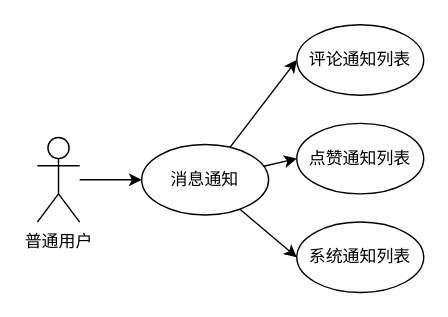
The draw.io diagram page "第 5 页" (5 of 12) of a.dio in z-juln/it-community, before the edit. Source tidied: cells renumbered, new cells numbered last; positions are measured from the earlier drawing's top-left corner, leaving out a move shared by most shapes. Both pictures are drawn from the tidied source at 141%, with x=0, y=0 at pixel (37, 24).
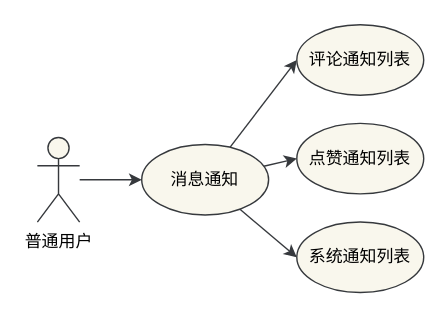
The same page after the edit.

The edit, as a diff of the source:
```diff
@@
-<mxGraphModel>
+<mxGraphModel background="#FFFFFF">
   <root>
     <mxCell id="0" />
     <mxCell id="1" parent="0" />
-    <mxCell id="2" style="edgeStyle=none;html=1;entryX=0;entryY=0.5;entryDx=0;entryDy=0;fontSize=10;" parent="1" edge="1" source="3" target="7">
+    <mxCell id="2" style="edgeStyle=none;html=1;entryX=0;entryY=0.5;entryDx=0;entryDy=0;fontSize=10;fillColor=#f9f7ed;strokeColor=#36393d;fontColor=#000000;" parent="1" edge="1" source="3" target="7">
       <mxGeometry relative="1" as="geometry" />
     </mxCell>
-    <mxCell id="3" value="普通用户" style="shape=umlActor;verticalLabelPosition=bottom;verticalAlign=top;html=1;outlineConnect=0;" parent="1" vertex="1">
+    <mxCell id="3" value="普通用户" style="shape=umlActor;verticalLabelPosition=bottom;verticalAlign=top;html=1;outlineConnect=0;fillColor=#f9f7ed;strokeColor=#36393d;fontColor=#000000;" parent="1" vertex="1">
       <mxGeometry y="80" width="30" height="60" as="geometry" />
     </mxCell>
-    <mxCell id="4" style="edgeStyle=none;html=1;entryX=0;entryY=0.5;entryDx=0;entryDy=0;fontSize=10;" parent="1" edge="1" source="7" target="10">
+    <mxCell id="4" style="edgeStyle=none;html=1;entryX=0;entryY=0.5;entryDx=0;entryDy=0;fontSize=10;fillColor=#f9f7ed;strokeColor=#36393d;fontColor=#000000;" parent="1" edge="1" source="7" target="10">
       <mxGeometry relative="1" as="geometry" />
     </mxCell>
-    <mxCell id="5" style="edgeStyle=none;html=1;entryX=0;entryY=0.5;entryDx=0;entryDy=0;fontSize=10;" parent="1" edge="1" source="7" target="9">
+    <mxCell id="5" style="edgeStyle=none;html=1;entryX=0;entryY=0.5;entryDx=0;entryDy=0;fontSize=10;fillColor=#f9f7ed;strokeColor=#36393d;fontColor=#000000;" parent="1" edge="1" source="7" target="9">
       <mxGeometry relative="1" as="geometry" />
     </mxCell>
-    <mxCell id="6" style="edgeStyle=none;html=1;entryX=0;entryY=0.5;entryDx=0;entryDy=0;fontSize=10;" parent="1" edge="1" source="7" target="8">
+    <mxCell id="6" style="edgeStyle=none;html=1;entryX=0;entryY=0.5;entryDx=0;entryDy=0;fontSize=10;fillColor=#f9f7ed;strokeColor=#36393d;fontColor=#000000;" parent="1" edge="1" source="7" target="8">
       <mxGeometry relative="1" as="geometry" />
     </mxCell>
-    <mxCell id="7" value="消息通知" style="ellipse;whiteSpace=wrap;html=1;" parent="1" vertex="1">
+    <mxCell id="7" value="消息通知" style="ellipse;whiteSpace=wrap;html=1;fillColor=#f9f7ed;strokeColor=#36393d;fontColor=#000000;" parent="1" vertex="1">
       <mxGeometry x="74" y="85" width="90" height="50" as="geometry" />
     </mxCell>
-    <mxCell id="8" value="系统通知列表" style="ellipse;whiteSpace=wrap;html=1;" parent="1" vertex="1">
+    <mxCell id="8" value="系统通知列表" style="ellipse;whiteSpace=wrap;html=1;fillColor=#f9f7ed;strokeColor=#36393d;fontColor=#000000;" parent="1" vertex="1">
       <mxGeometry x="184" y="140" width="90" height="50" as="geometry" />
     </mxCell>
-    <mxCell id="9" value="点赞通知列表" style="ellipse;whiteSpace=wrap;html=1;" parent="1" vertex="1">
+    <mxCell id="9" value="点赞通知列表" style="ellipse;whiteSpace=wrap;html=1;fillColor=#f9f7ed;strokeColor=#36393d;fontColor=#000000;" parent="1" vertex="1">
       <mxGeometry x="184" y="70" width="90" height="50" as="geometry" />
     </mxCell>
-    <mxCell id="10" value="评论通知列表" style="ellipse;whiteSpace=wrap;html=1;" parent="1" vertex="1">
+    <mxCell id="10" value="评论通知列表" style="ellipse;whiteSpace=wrap;html=1;fillColor=#f9f7ed;strokeColor=#36393d;fontColor=#000000;" parent="1" vertex="1">
       <mxGeometry x="184" width="90" height="50" as="geometry" />
     </mxCell>
   </root>
 </mxGraphModel>
```
